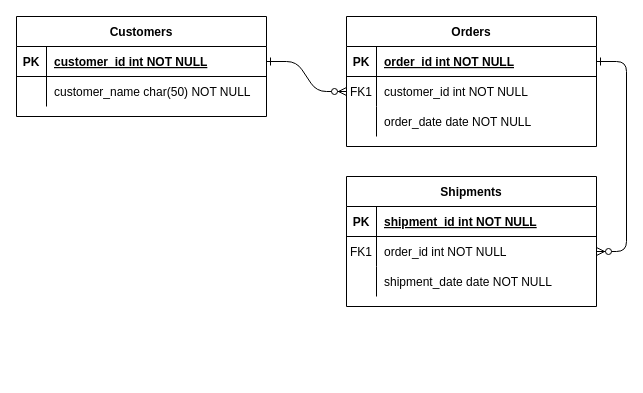
Above: docs/erm_semesterplaner.drawio in bauersebastian/termplanner (draw.io), before the change. Source tidied: cells renumbered, new cells numbered last; positions are measured from the earlier drawing's top-left corner, leaving out a move shared by most shapes. Both pictures are drawn from the tidied source at 100%, with x=0, y=0 at pixel (16, 16).
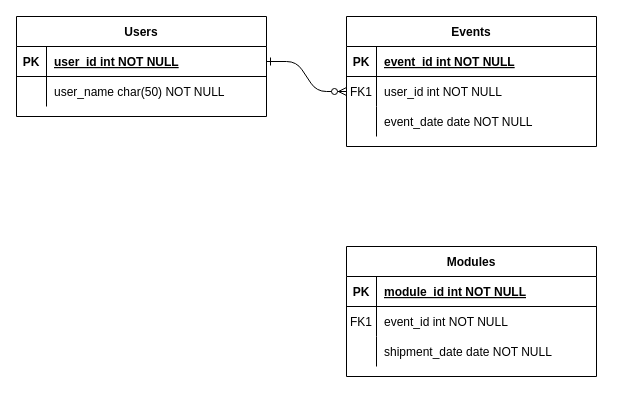
The same diagram, later.

The change refers to these unchanged cells:
```xml
<mxCell id="5" style="shape=partialRectangle;fillColor=none;points=[[0,0.5],[1,0.5]];portConstraint=eastwest;top=0;left=0;right=0;bottom=1;" parent="4" vertex="1">
  <mxGeometry y="30" width="250" height="30" as="geometry" />
</mxCell>
<mxCell id="8" style="shape=partialRectangle;fillColor=none;points=[[0,0.5],[1,0.5]];portConstraint=eastwest;top=0;left=0;right=0;bottom=0;" parent="4" vertex="1">
  <mxGeometry y="60" width="250" height="30" as="geometry" />
</mxCell>
<mxCell id="11" style="shape=partialRectangle;fillColor=none;top=0;left=0;right=0;bottom=0;" parent="4" vertex="1">
  <mxGeometry y="90" width="250" height="30" as="geometry" />
</mxCell>
<mxCell id="15" style="shape=partialRectangle;fillColor=none;top=0;left=0;right=0;bottom=1;" parent="14" vertex="1">
  <mxGeometry y="30" width="250" height="30" as="geometry" />
</mxCell>
<mxCell id="18" style="shape=partialRectangle;fillColor=none;points=[[0,0.5],[1,0.5]];portConstraint=eastwest;top=0;left=0;right=0;bottom=0;" parent="14" vertex="1">
  <mxGeometry y="60" width="250" height="30" as="geometry" />
</mxCell>
<mxCell id="25" style="shape=partialRectangle;fillColor=none;points=[[0,0.5],[1,0.5]];portConstraint=eastwest;top=0;left=0;right=0;bottom=1;" parent="24" vertex="1">
  <mxGeometry y="30" width="250" height="30" as="geometry" />
</mxCell>
<mxCell id="28" style="shape=partialRectangle;fillColor=none;top=0;left=0;right=0;bottom=0;" parent="24" vertex="1">
  <mxGeometry y="60" width="250" height="30" as="geometry" />
</mxCell>
```

What changed in the source:
```diff
@@
-    <mxCell id="3" style="edgeStyle=entityRelationEdgeStyle;endArrow=ERzeroToMany;startArrow=ERone;endFill=1;startFill=0;" parent="1" edge="1" source="5" target="18">
-      <mxGeometry relative="1" as="geometry" />
-    </mxCell>
-    <mxCell id="4" value="Orders" style="shape=table;startSize=30;childLayout=tableLayout;rowLines=0;fontStyle=1;align=center;" parent="1" vertex="1">
+    <mxCell id="4" value="Events" style="shape=table;startSize=30;childLayout=tableLayout;rowLines=0;fontStyle=1;align=center;" parent="1" vertex="1">
       <mxGeometry x="330" width="250" height="130" as="geometry" />
     </mxCell>
@@
-    <mxCell id="7" value="order_id int NOT NULL " style="shape=partialRectangle;overflow=hidden;fillColor=none;top=0;left=0;bottom=0;right=0;align=left;spacingLeft=6;fontStyle=5;" parent="5" vertex="1">
+    <mxCell id="7" value="event_id int NOT NULL " style="shape=partialRectangle;overflow=hidden;fillColor=none;top=0;left=0;bottom=0;right=0;align=left;spacingLeft=6;fontStyle=5;" parent="5" vertex="1">
       <mxGeometry x="30" width="220" height="30" as="geometry" />
     </mxCell>
@@
-    <mxCell id="10" value="customer_id int NOT NULL" style="shape=partialRectangle;overflow=hidden;fillColor=none;top=0;left=0;bottom=0;right=0;align=left;spacingLeft=6;" parent="8" vertex="1">
+    <mxCell id="10" value="user_id int NOT NULL" style="shape=partialRectangle;overflow=hidden;fillColor=none;top=0;left=0;bottom=0;right=0;align=left;spacingLeft=6;" parent="8" vertex="1">
       <mxGeometry x="30" width="220" height="30" as="geometry" />
     </mxCell>
@@
-    <mxCell id="13" value="order_date date NOT NULL" style="shape=partialRectangle;overflow=hidden;fillColor=none;top=0;left=0;bottom=0;right=0;align=left;spacingLeft=6;" parent="11" vertex="1">
+    <mxCell id="13" value="event_date date NOT NULL" style="shape=partialRectangle;overflow=hidden;fillColor=none;top=0;left=0;bottom=0;right=0;align=left;spacingLeft=6;" parent="11" vertex="1">
       <mxGeometry x="30" width="220" height="30" as="geometry" />
     </mxCell>
-    <mxCell id="14" value="Shipments" style="shape=table;startSize=30;childLayout=tableLayout;rowLines=0;fontStyle=1;align=center;" parent="1" vertex="1">
-      <mxGeometry x="330" y="160" width="250" height="130" as="geometry" />
+    <mxCell id="14" value="Modules" style="shape=table;startSize=30;childLayout=tableLayout;rowLines=0;fontStyle=1;align=center;" parent="1" vertex="1">
+      <mxGeometry x="330" y="230" width="250" height="130" as="geometry" />
     </mxCell>
@@
-    <mxCell id="17" value="shipment_id int NOT NULL " style="shape=partialRectangle;overflow=hidden;fillColor=none;top=0;left=0;bottom=0;right=0;align=left;spacingLeft=6;fontStyle=5;" parent="15" vertex="1">
+    <mxCell id="17" value="module_id int NOT NULL " style="shape=partialRectangle;overflow=hidden;fillColor=none;top=0;left=0;bottom=0;right=0;align=left;spacingLeft=6;fontStyle=5;" parent="15" vertex="1">
       <mxGeometry x="30" width="220" height="30" as="geometry" />
     </mxCell>
@@
-    <mxCell id="20" value="order_id int NOT NULL" style="shape=partialRectangle;overflow=hidden;fillColor=none;top=0;left=0;bottom=0;right=0;align=left;spacingLeft=6;" parent="18" vertex="1">
+    <mxCell id="20" value="event_id int NOT NULL" style="shape=partialRectangle;overflow=hidden;fillColor=none;top=0;left=0;bottom=0;right=0;align=left;spacingLeft=6;" parent="18" vertex="1">
       <mxGeometry x="30" width="220" height="30" as="geometry" />
     </mxCell>
@@
-    <mxCell id="24" value="Customers" style="shape=table;startSize=30;childLayout=tableLayout;rowLines=0;fontStyle=1;align=center;" parent="1" vertex="1">
+    <mxCell id="24" value="Users" style="shape=table;startSize=30;childLayout=tableLayout;rowLines=0;fontStyle=1;align=center;" parent="1" vertex="1">
       <mxGeometry width="250" height="100" as="geometry" />
     </mxCell>
@@
-    <mxCell id="27" value="customer_id int NOT NULL " style="shape=partialRectangle;overflow=hidden;fillColor=none;top=0;left=0;bottom=0;right=0;align=left;spacingLeft=6;fontStyle=5;" parent="25" vertex="1">
+    <mxCell id="27" value="user_id int NOT NULL " style="shape=partialRectangle;overflow=hidden;fillColor=none;top=0;left=0;bottom=0;right=0;align=left;spacingLeft=6;fontStyle=5;" parent="25" vertex="1">
       <mxGeometry x="30" width="220" height="30" as="geometry" />
     </mxCell>
@@
-    <mxCell id="30" value="customer_name char(50) NOT NULL" style="shape=partialRectangle;overflow=hidden;fillColor=none;top=0;left=0;bottom=0;right=0;align=left;spacingLeft=6;" parent="28" vertex="1">
+    <mxCell id="30" value="user_name char(50) NOT NULL" style="shape=partialRectangle;overflow=hidden;fillColor=none;top=0;left=0;bottom=0;right=0;align=left;spacingLeft=6;" parent="28" vertex="1">
       <mxGeometry x="30" width="220" height="30" as="geometry" />
     </mxCell>
```
